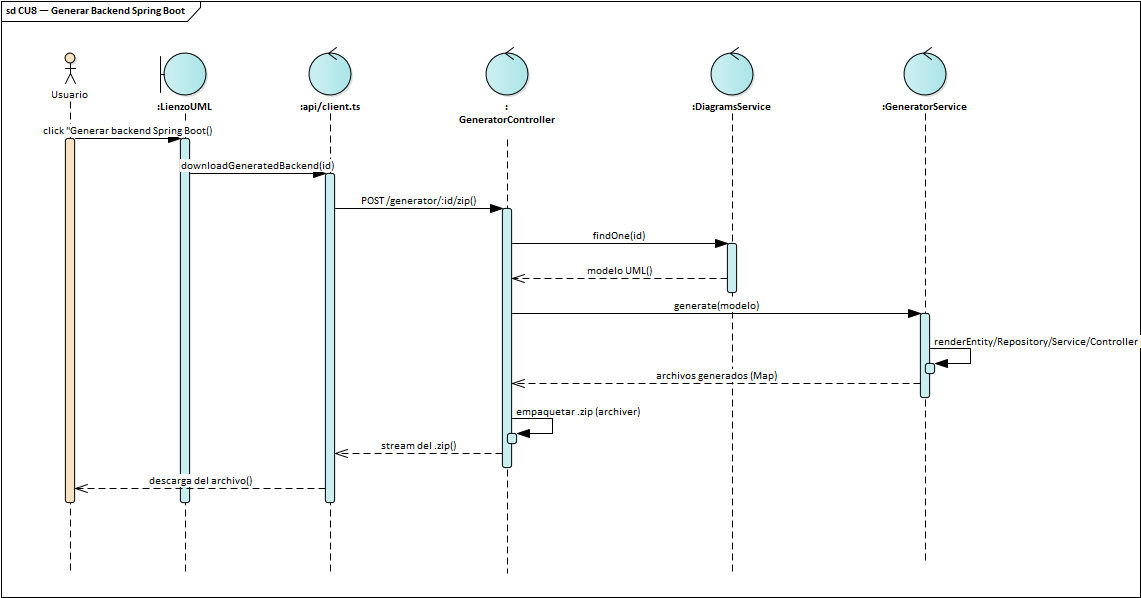
Earlier version of the PlantUML export docs/diagrams/ea/img/ciclo1/seq_cu8.png (luisfernandoAngulo28/generador_diagrama_clases_uml). Its source is kept beside it as docs/diagrams/1er_parcial/seq_cu8.plantuml.
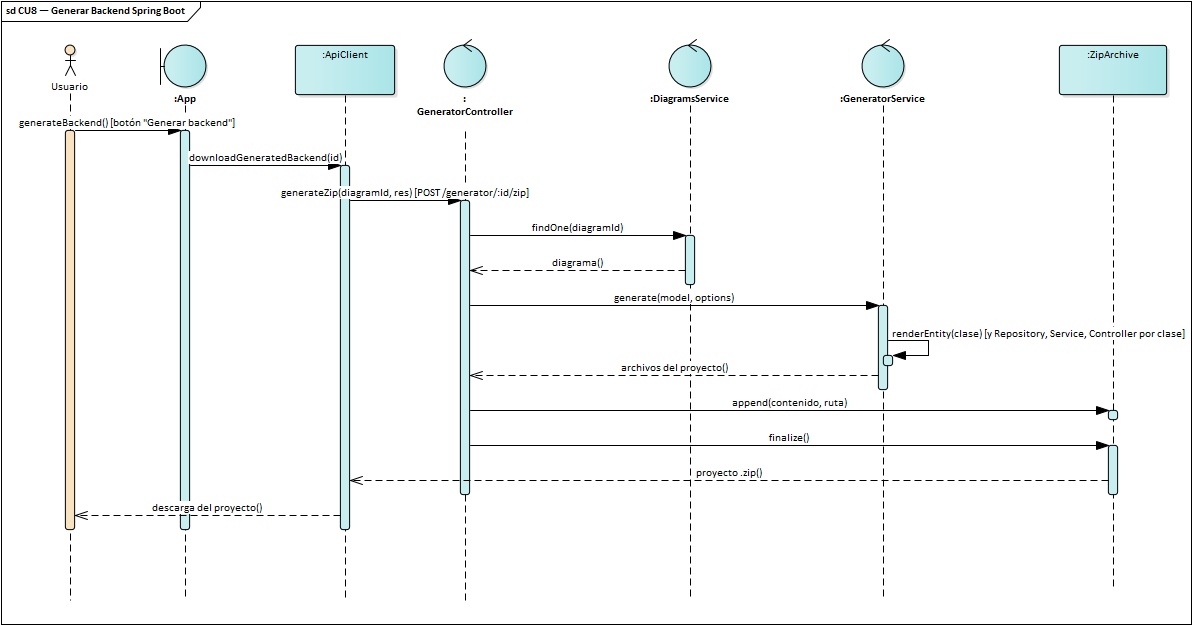
The same file after the commit.

Change to the diagram source:
```diff
@@ -1,21 +1,23 @@
 @startuml seq_cu8
 !include ../2do_parcial/pud/_seq.iuml
-title CU8 — Generar Backend Spring Boot\n<size:11>Diagrama de Secuencia · UML 2.5.1 · Ciclo 1 (1er Parcial)</size>
-actor "Usuario" as U
-boundary ":LienzoUML" as L
-control ":api/client.ts" as A
+title CU8 — Generar Backend Spring Boot\n<size:11>Diagrama de Secuencia · UML 2.5.1 · Ciclo 1 · cada mensaje es una operación de la clase que lo recibe</size>
+actor Usuario as U
+boundary ":App" as A
+participant ":ApiClient" as API
 control ":GeneratorController" as GC
-control ":DiagramsService" as DS
+control ":DiagramsService" as S
 control ":GeneratorService" as GS
-U -> L : click "Generar backend Spring Boot"
-L -> A : downloadGeneratedBackend(id)
-A -> GC : POST /generator/:id/zip
-GC -> DS : findOne(id)
-DS --> GC : modelo UML
-GC -> GS : generate(modelo)
-GS -> GS : renderEntity/Repository/Service/Controller por clase
-GS --> GC : archivos generados (Map)
-GC -> GC : empaquetar .zip (archiver)
-GC --> A : stream del .zip
-A --> U : descarga del archivo
+participant ":ZipArchive" as Z
+U -> A : generateBackend() [botón "Generar backend"]
+A -> API : downloadGeneratedBackend(id)
+API -> GC : generateZip(diagramId, res) [POST /generator/:id/zip]
+GC -> S : findOne(diagramId)
+S --> GC : diagrama
+GC -> GS : generate(model, options)
+GS -> GS : renderEntity(clase) [y Repository, Service, Controller por clase]
+GS --> GC : archivos del proyecto
+GC -> Z : append(contenido, ruta)
+GC -> Z : finalize()
+Z --> API : proyecto .zip
+API --> U : descarga del proyecto
 @enduml
```
